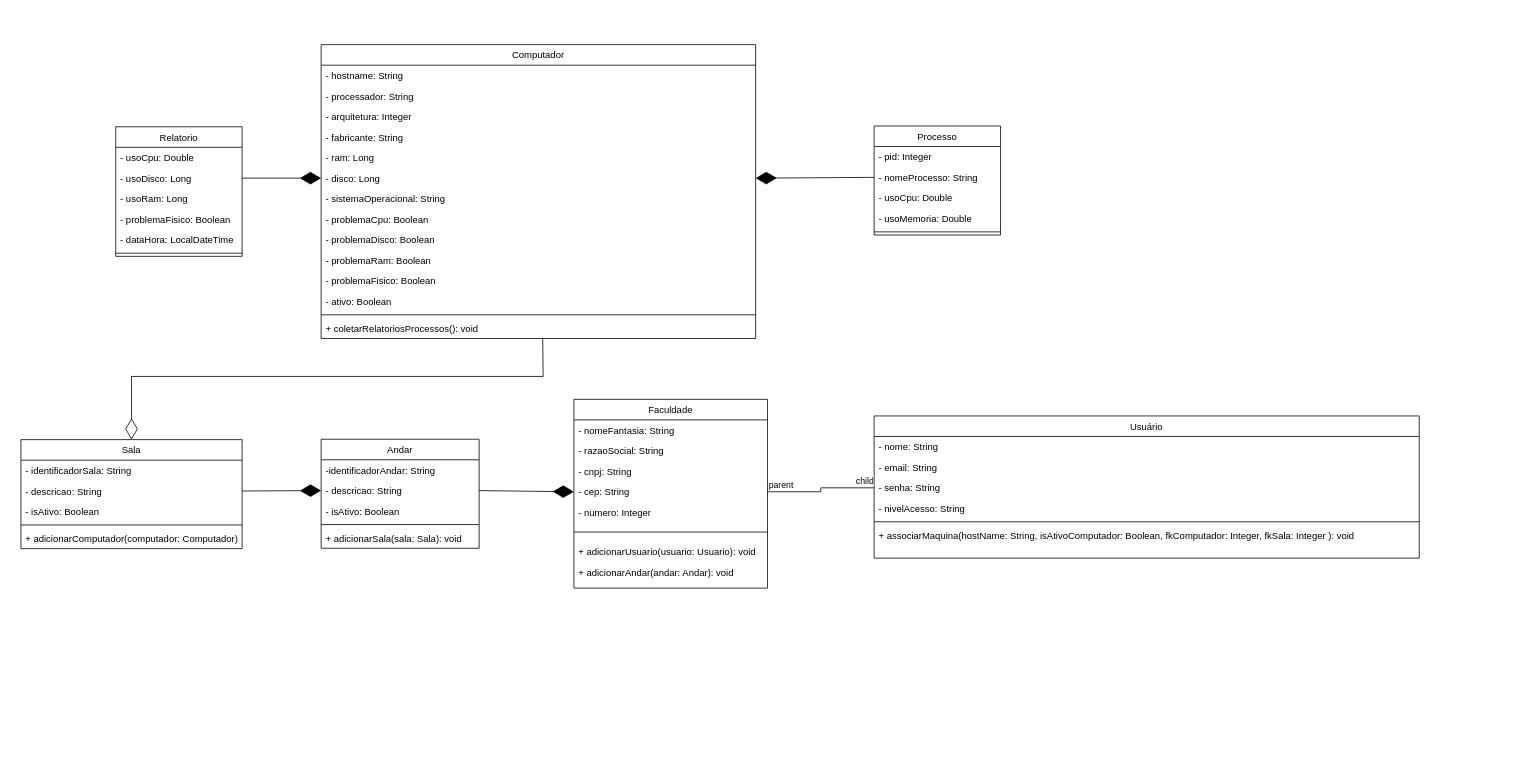
Before: Diagrama de classes CyberVision.drawio in CyberVision-ADSC/CyberVision-Arquivos, a draw.io diagram. Source tidied: cells renumbered, new cells numbered last; positions are measured from the earlier drawing's top-left corner, leaving out a move shared by most shapes. Both pictures are drawn from the tidied source at 79%, with x=0, y=0 at pixel (21, 44).
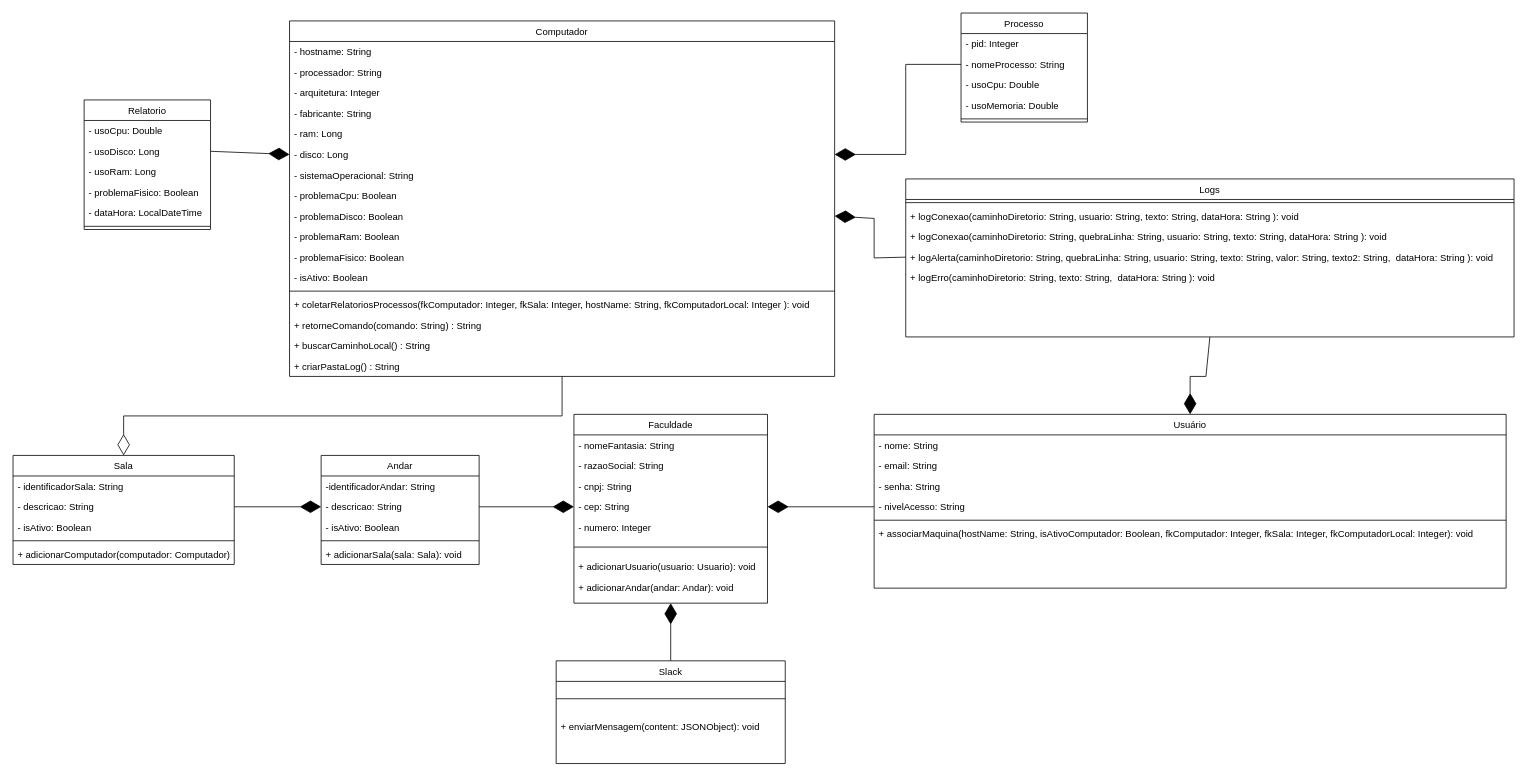
Above is the later version.

Commit message (it also covers changes not shown here):
diagrama de classes atualizado

Unchanged cells that the change refers to:
```xml
<mxCell id="12" value="- cep: String" style="text;align=left;verticalAlign=top;spacingLeft=4;spacingRight=4;overflow=hidden;points=[[0,0.5],[1,0.5]];portConstraint=eastwest;rounded=0;shadow=0;html=0;" parent="8" vertex="1">
  <mxGeometry y="104" width="245" height="26" as="geometry" />
</mxCell>
<mxCell id="40" value="- nomeProcesso: String" style="text;align=left;verticalAlign=top;spacingLeft=4;spacingRight=4;overflow=hidden;points=[[0,0.5],[1,0.5]];portConstraint=eastwest;rounded=0;shadow=0;html=0;" parent="38" vertex="1">
  <mxGeometry y="52" width="160" height="26" as="geometry" />
</mxCell>
```

What changed in the source:
```diff
@@
     <mxCell id="2" value="Andar" style="swimlane;fontStyle=0;align=center;verticalAlign=top;horizontal=1;startSize=26;rounded=0;shadow=0;strokeWidth=1;" parent="1" vertex="1">
-      <mxGeometry x="380" y="499.5" width="200" height="138" as="geometry" />
+      <mxGeometry x="380" y="520" width="200" height="138" as="geometry" />
     </mxCell>
@@
     <mxCell id="8" value="Faculdade" style="swimlane;fontStyle=0;align=center;verticalAlign=top;horizontal=1;startSize=26;rounded=0;shadow=0;strokeWidth=1;" parent="1" vertex="1">
-      <mxGeometry x="700" y="449" width="245" height="239" as="geometry" />
+      <mxGeometry x="700" y="468" width="245" height="239" as="geometry" />
     </mxCell>
@@
     <mxCell id="17" value="Sala" style="swimlane;fontStyle=0;align=center;verticalAlign=top;horizontal=1;startSize=26;rounded=0;shadow=0;strokeWidth=1;" parent="1" vertex="1">
-      <mxGeometry y="500" width="280" height="138" as="geometry" />
+      <mxGeometry x="-10" y="520" width="280" height="138" as="geometry" />
     </mxCell>
@@
     <mxCell id="23" value="Computador" style="swimlane;fontStyle=0;align=center;verticalAlign=top;horizontal=1;startSize=26;rounded=0;shadow=0;strokeWidth=1;" parent="1" vertex="1">
-      <mxGeometry x="380" width="550" height="372" as="geometry" />
+      <mxGeometry x="340" y="-30" width="690" height="450" as="geometry" />
     </mxCell>
     <mxCell id="24" value="- hostname: String" style="text;align=left;verticalAlign=top;spacingLeft=4;spacingRight=4;overflow=hidden;" parent="23" vertex="1">
-      <mxGeometry y="26" width="550" height="26" as="geometry" />
+      <mxGeometry y="26" width="690" height="26" as="geometry" />
     </mxCell>
     <mxCell id="25" value="- processador: String" style="text;align=left;verticalAlign=top;spacingLeft=4;spacingRight=4;overflow=hidden;rounded=0;shadow=0;html=0;" parent="23" vertex="1">
-      <mxGeometry y="52" width="550" height="26" as="geometry" />
+      <mxGeometry y="52" width="690" height="26" as="geometry" />
     </mxCell>
     <mxCell id="26" value="- arquitetura: Integer" style="text;align=left;verticalAlign=top;spacingLeft=4;spacingRight=4;overflow=hidden;rounded=0;shadow=0;html=0;" parent="23" vertex="1">
-      <mxGeometry y="78" width="550" height="26" as="geometry" />
+      <mxGeometry y="78" width="690" height="26" as="geometry" />
     </mxCell>
     <mxCell id="27" value="- fabricante: String" style="text;align=left;verticalAlign=top;spacingLeft=4;spacingRight=4;overflow=hidden;rounded=0;shadow=0;html=0;" parent="23" vertex="1">
-      <mxGeometry y="104" width="550" height="26" as="geometry" />
+      <mxGeometry y="104" width="690" height="26" as="geometry" />
     </mxCell>
     <mxCell id="28" value="- ram: Long" style="text;align=left;verticalAlign=top;spacingLeft=4;spacingRight=4;overflow=hidden;rounded=0;shadow=0;html=0;" parent="23" vertex="1">
-      <mxGeometry y="130" width="550" height="26" as="geometry" />
+      <mxGeometry y="130" width="690" height="26" as="geometry" />
     </mxCell>
     <mxCell id="29" value="- disco: Long" style="text;align=left;verticalAlign=top;spacingLeft=4;spacingRight=4;overflow=hidden;points=[[0,0.5],[1,0.5]];portConstraint=eastwest;rounded=0;shadow=0;html=0;" parent="23" vertex="1">
-      <mxGeometry y="156" width="550" height="26" as="geometry" />
+      <mxGeometry y="156" width="690" height="26" as="geometry" />
     </mxCell>
     <mxCell id="30" value="- sistemaOperacional: String" style="text;align=left;verticalAlign=top;spacingLeft=4;spacingRight=4;overflow=hidden;rounded=0;shadow=0;html=0;" parent="23" vertex="1">
-      <mxGeometry y="182" width="550" height="26" as="geometry" />
+      <mxGeometry y="182" width="690" height="26" as="geometry" />
     </mxCell>
     <mxCell id="31" value="- problemaCpu: Boolean" style="text;align=left;verticalAlign=top;spacingLeft=4;spacingRight=4;overflow=hidden;" parent="23" vertex="1">
-      <mxGeometry y="208" width="550" height="26" as="geometry" />
+      <mxGeometry y="208" width="690" height="26" as="geometry" />
     </mxCell>
     <mxCell id="32" value="- problemaDisco: Boolean" style="text;align=left;verticalAlign=top;spacingLeft=4;spacingRight=4;overflow=hidden;points=[[0,0.5],[1,0.5]];portConstraint=eastwest;rounded=0;shadow=0;html=0;" parent="23" vertex="1">
-      <mxGeometry y="234" width="550" height="26" as="geometry" />
+      <mxGeometry y="234" width="690" height="26" as="geometry" />
     </mxCell>
     <mxCell id="33" value="- problemaRam: Boolean" style="text;align=left;verticalAlign=top;spacingLeft=4;spacingRight=4;overflow=hidden;" parent="23" vertex="1">
-      <mxGeometry y="260" width="550" height="26" as="geometry" />
+      <mxGeometry y="260" width="690" height="26" as="geometry" />
     </mxCell>
     <mxCell id="34" value="- problemaFisico: Boolean" style="text;align=left;verticalAlign=top;spacingLeft=4;spacingRight=4;overflow=hidden;" parent="23" vertex="1">
-      <mxGeometry y="286" width="550" height="26" as="geometry" />
+      <mxGeometry y="286" width="690" height="26" as="geometry" />
     </mxCell>
-    <mxCell id="35" value="- ativo: Boolean" style="text;align=left;verticalAlign=top;spacingLeft=4;spacingRight=4;overflow=hidden;rounded=0;shadow=0;html=0;" parent="23" vertex="1">
-      <mxGeometry y="312" width="550" height="26" as="geometry" />
+    <mxCell id="35" value="- isAtivo: Boolean" style="text;align=left;verticalAlign=top;spacingLeft=4;spacingRight=4;overflow=hidden;rounded=0;shadow=0;html=0;" parent="23" vertex="1">
+      <mxGeometry y="312" width="690" height="26" as="geometry" />
     </mxCell>
     <mxCell id="36" style="line;html=1;strokeWidth=1;align=left;verticalAlign=middle;spacingTop=-1;spacingLeft=3;spacingRight=3;labelPosition=right;" parent="23" vertex="1">
-      <mxGeometry y="338" width="550" height="8" as="geometry" />
+      <mxGeometry y="338" width="690" height="8" as="geometry" />
     </mxCell>
-    <mxCell id="37" value="+ coletarRelatoriosProcessos(): void&#10;" style="text;align=left;verticalAlign=top;spacingLeft=4;spacingRight=4;overflow=hidden;points=[[0,0.5],[1,0.5]];portConstraint=eastwest;" parent="23" vertex="1">
-      <mxGeometry y="346" width="550" height="26" as="geometry" />
+    <mxCell id="37" value="+ coletarRelatoriosProcessos(fkComputador: Integer, fkSala: Integer, hostName: String, fkComputadorLocal: Integer ): void&#10;" style="text;align=left;verticalAlign=top;spacingLeft=4;spacingRight=4;overflow=hidden;points=[[0,0.5],[1,0.5]];portConstraint=eastwest;" parent="23" vertex="1">
+      <mxGeometry y="346" width="690" height="26" as="geometry" />
     </mxCell>
+    <mxCell id="66" value="+ retorneComando(comando: String) : String" style="text;align=left;verticalAlign=top;spacingLeft=4;spacingRight=4;overflow=hidden;" parent="23" vertex="1">
+      <mxGeometry y="372" width="690" height="26" as="geometry" />
+    </mxCell>
+    <mxCell id="67" value="+ buscarCaminhoLocal() : String" style="text;align=left;verticalAlign=top;spacingLeft=4;spacingRight=4;overflow=hidden;" parent="23" vertex="1">
+      <mxGeometry y="398" width="690" height="26" as="geometry" />
+    </mxCell>
+    <mxCell id="68" value="+ criarPastaLog() : String" style="text;align=left;verticalAlign=top;spacingLeft=4;spacingRight=4;overflow=hidden;" parent="23" vertex="1">
+      <mxGeometry y="424" width="690" height="26" as="geometry" />
+    </mxCell>
     <mxCell id="38" value="Processo" style="swimlane;fontStyle=0;align=center;verticalAlign=top;horizontal=1;startSize=26;rounded=0;shadow=0;strokeWidth=1;" parent="1" vertex="1">
-      <mxGeometry x="1080" y="103" width="160" height="138" as="geometry" />
+      <mxGeometry x="1190" y="-40" width="160" height="138" as="geometry" />
     </mxCell>
@@
     <mxCell id="44" value="Relatorio" style="swimlane;fontStyle=0;align=center;verticalAlign=top;horizontal=1;startSize=26;rounded=0;shadow=0;strokeWidth=1;" parent="1" vertex="1">
-      <mxGeometry x="120" y="104" width="160" height="164" as="geometry" />
+      <mxGeometry x="80" y="70" width="160" height="164" as="geometry" />
     </mxCell>
@@
     <mxCell id="51" value="Usuário" style="swimlane;fontStyle=0;align=center;verticalAlign=top;horizontal=1;startSize=26;rounded=0;shadow=0;strokeWidth=1;" parent="1" vertex="1">
-      <mxGeometry x="1080" y="470" width="690" height="180" as="geometry" />
+      <mxGeometry x="1080" y="468" width="800" height="220" as="geometry" />
     </mxCell>
     <mxCell id="52" value="- nome: String" style="text;align=left;verticalAlign=top;spacingLeft=4;spacingRight=4;overflow=hidden;" parent="51" vertex="1">
-      <mxGeometry y="26" width="690" height="26" as="geometry" />
+      <mxGeometry y="26" width="800" height="26" as="geometry" />
     </mxCell>
     <mxCell id="53" value="- email: String" style="text;align=left;verticalAlign=top;spacingLeft=4;spacingRight=4;overflow=hidden;rounded=0;shadow=0;html=0;" parent="51" vertex="1">
-      <mxGeometry y="52" width="690" height="26" as="geometry" />
+      <mxGeometry y="52" width="800" height="26" as="geometry" />
     </mxCell>
     <mxCell id="54" value="- senha: String" style="text;align=left;verticalAlign=top;spacingLeft=4;spacingRight=4;overflow=hidden;points=[[0,0.5],[1,0.5]];portConstraint=eastwest;rounded=0;shadow=0;html=0;" parent="51" vertex="1">
-      <mxGeometry y="78" width="690" height="26" as="geometry" />
+      <mxGeometry y="78" width="800" height="26" as="geometry" />
     </mxCell>
     <mxCell id="55" value="- nivelAcesso: String" style="text;align=left;verticalAlign=top;spacingLeft=4;spacingRight=4;overflow=hidden;points=[[0,0.5],[1,0.5]];portConstraint=eastwest;rounded=0;shadow=0;html=0;" parent="51" vertex="1">
-      <mxGeometry y="104" width="690" height="26" as="geometry" />
+      <mxGeometry y="104" width="800" height="26" as="geometry" />
     </mxCell>
     <mxCell id="56" style="line;html=1;strokeWidth=1;align=left;verticalAlign=middle;spacingTop=-1;spacingLeft=3;spacingRight=3;labelPosition=right;" parent="51" vertex="1">
-      <mxGeometry y="130" width="690" height="8" as="geometry" />
+      <mxGeometry y="130" width="800" height="8" as="geometry" />
     </mxCell>
-    <mxCell id="57" value="+ associarMaquina(hostName: String, isAtivoComputador: Boolean, fkComputador: Integer, fkSala: Integer ): void" style="text;align=left;verticalAlign=top;spacingLeft=4;spacingRight=4;overflow=hidden;" parent="51" vertex="1">
-      <mxGeometry y="138" width="690" height="26" as="geometry" />
+    <mxCell id="57" value="+ associarMaquina(hostName: String, isAtivoComputador: Boolean, fkComputador: Integer, fkSala: Integer, fkComputadorLocal: Integer): void" style="text;align=left;verticalAlign=top;spacingLeft=4;spacingRight=4;overflow=hidden;" parent="51" vertex="1">
+      <mxGeometry y="138" width="800" height="26" as="geometry" />
     </mxCell>
-    <mxCell id="58" style="endArrow=none;html=1;edgeStyle=orthogonalEdgeStyle;rounded=0;exitX=1;exitY=0.5;exitDx=0;exitDy=0;entryX=0;entryY=0.5;entryDx=0;entryDy=0;" parent="1" edge="1" source="12" target="54">
-      <mxGeometry relative="1" as="geometry" />
-    </mxCell>
-    <mxCell id="59" value="parent" style="edgeLabel;html=1;align=left;verticalAlign=bottom;" parent="58" vertex="1">
-      <mxGeometry x="-1" relative="1" as="geometry" />
-    </mxCell>
-    <mxCell id="60" value="child" style="edgeLabel;html=1;align=right;verticalAlign=bottom;" parent="58" vertex="1">
-      <mxGeometry x="1" relative="1" as="geometry" />
-    </mxCell>
@@
-    <mxCell id="63" style="endArrow=diamondThin;endFill=0;endSize=24;html=1;rounded=0;entryX=0.5;entryY=0;entryDx=0;entryDy=0;exitX=0.51;exitY=1.029;exitDx=0;exitDy=0;exitPerimeter=0;" parent="1" edge="1" source="37" target="17">
+    <mxCell id="63" style="endArrow=diamondThin;endFill=0;endSize=24;html=1;rounded=0;entryX=0.5;entryY=0;entryDx=0;entryDy=0;exitX=0.5;exitY=1;exitDx=0;exitDy=0;" parent="1" edge="1" source="23" target="17">
       <mxGeometry relative="1" as="geometry">
         <Array as="points">
-          <mxPoint x="661" y="420" />
-          <mxPoint x="140" y="420" />
+          <mxPoint x="685" y="420" />
+          <mxPoint x="685" y="470" />
+          <mxPoint x="130" y="470" />
         </Array>
       </mxGeometry>
     </mxCell>
     <mxCell id="64" style="endArrow=diamondThin;endFill=1;endSize=24;html=1;rounded=0;entryX=1;entryY=0.5;entryDx=0;entryDy=0;exitX=0;exitY=0.5;exitDx=0;exitDy=0;" parent="1" edge="1" source="40" target="29">
-      <mxGeometry relative="1" as="geometry" />
+      <mxGeometry relative="1" as="geometry">
+        <Array as="points">
+          <mxPoint x="1120" y="25" />
+          <mxPoint x="1120" y="139" />
+        </Array>
+      </mxGeometry>
     </mxCell>
@@
+    <mxCell id="69" value="Slack" style="swimlane;fontStyle=0;align=center;verticalAlign=top;horizontal=1;startSize=26;rounded=0;shadow=0;strokeWidth=1;" parent="1" vertex="1">
+      <mxGeometry x="677.5" y="780" width="290" height="130" as="geometry" />
+    </mxCell>
+    <mxCell id="70" style="line;html=1;strokeWidth=1;align=left;verticalAlign=middle;spacingTop=-1;spacingLeft=3;spacingRight=3;labelPosition=right;" parent="69" vertex="1">
+      <mxGeometry y="26" width="290" height="44" as="geometry" />
+    </mxCell>
+    <mxCell id="71" value="+ enviarMensagem(content: JSONObject): void" style="text;align=left;verticalAlign=top;spacingLeft=4;spacingRight=4;overflow=hidden;" parent="69" vertex="1">
+      <mxGeometry y="70" width="290" height="26" as="geometry" />
+    </mxCell>
+    <mxCell id="72" style="endArrow=diamondThin;endFill=1;endSize=24;html=1;rounded=0;entryX=0.5;entryY=1;entryDx=0;entryDy=0;exitX=0.5;exitY=0;exitDx=0;exitDy=0;" parent="1" edge="1" source="69" target="8">
+      <mxGeometry relative="1" as="geometry" />
+    </mxCell>
+    <mxCell id="73" value="Logs" style="swimlane;fontStyle=0;align=center;verticalAlign=top;horizontal=1;startSize=26;rounded=0;shadow=0;strokeWidth=1;" parent="1" vertex="1">
+      <mxGeometry x="1120" y="170" width="770" height="200" as="geometry" />
+    </mxCell>
+    <mxCell id="74" style="line;html=1;strokeWidth=1;align=left;verticalAlign=middle;spacingTop=-1;spacingLeft=3;spacingRight=3;labelPosition=right;" parent="73" vertex="1">
+      <mxGeometry y="26" width="770" height="8" as="geometry" />
+    </mxCell>
+    <mxCell id="75" value="+ logConexao(caminhoDiretorio: String, usuario: String, texto: String, dataHora: String ): void" style="text;align=left;verticalAlign=top;spacingLeft=4;spacingRight=4;overflow=hidden;" parent="73" vertex="1">
+      <mxGeometry y="34" width="770" height="26" as="geometry" />
+    </mxCell>
+    <mxCell id="76" value="+ logConexao(caminhoDiretorio: String, quebraLinha: String, usuario: String, texto: String, dataHora: String ): void" style="text;align=left;verticalAlign=top;spacingLeft=4;spacingRight=4;overflow=hidden;" parent="73" vertex="1">
+      <mxGeometry y="60" width="770" height="26" as="geometry" />
+    </mxCell>
+    <mxCell id="77" value="+ logAlerta(caminhoDiretorio: String, quebraLinha: String, usuario: String, texto: String, valor: String, texto2: String,  dataHora: String ): void" style="text;align=left;verticalAlign=top;spacingLeft=4;spacingRight=4;overflow=hidden;points=[[0,0.5],[1,0.5]];portConstraint=eastwest;" parent="73" vertex="1">
+      <mxGeometry y="86" width="770" height="26" as="geometry" />
+    </mxCell>
+    <mxCell id="78" value="+ logErro(caminhoDiretorio: String, texto: String,  dataHora: String ): void" style="text;align=left;verticalAlign=top;spacingLeft=4;spacingRight=4;overflow=hidden;" parent="73" vertex="1">
+      <mxGeometry y="112" width="770" height="26" as="geometry" />
+    </mxCell>
+    <mxCell id="79" style="endArrow=diamondThin;endFill=1;endSize=24;html=1;rounded=0;entryX=0.5;entryY=0;entryDx=0;entryDy=0;exitX=0.5;exitY=1;exitDx=0;exitDy=0;" parent="1" edge="1" source="73" target="51">
+      <mxGeometry relative="1" as="geometry">
+        <Array as="points">
+          <mxPoint x="1500" y="420" />
+          <mxPoint x="1480" y="420" />
+        </Array>
+      </mxGeometry>
+    </mxCell>
+    <mxCell id="80" style="endArrow=diamondThin;endFill=1;endSize=24;html=1;rounded=0;entryX=1;entryY=0.5;entryDx=0;entryDy=0;exitX=0;exitY=0.5;exitDx=0;exitDy=0;" parent="1" edge="1" source="77" target="32">
+      <mxGeometry relative="1" as="geometry">
+        <Array as="points">
+          <mxPoint x="1080" y="270" />
+          <mxPoint x="1080" y="220" />
+        </Array>
+      </mxGeometry>
+    </mxCell>
+    <mxCell id="81" style="endArrow=diamondThin;endFill=1;endSize=24;html=1;rounded=0;entryX=1;entryY=0.5;entryDx=0;entryDy=0;exitX=0;exitY=0.5;exitDx=0;exitDy=0;" parent="1" edge="1" source="55" target="12">
+      <mxGeometry relative="1" as="geometry" />
+    </mxCell>
```
